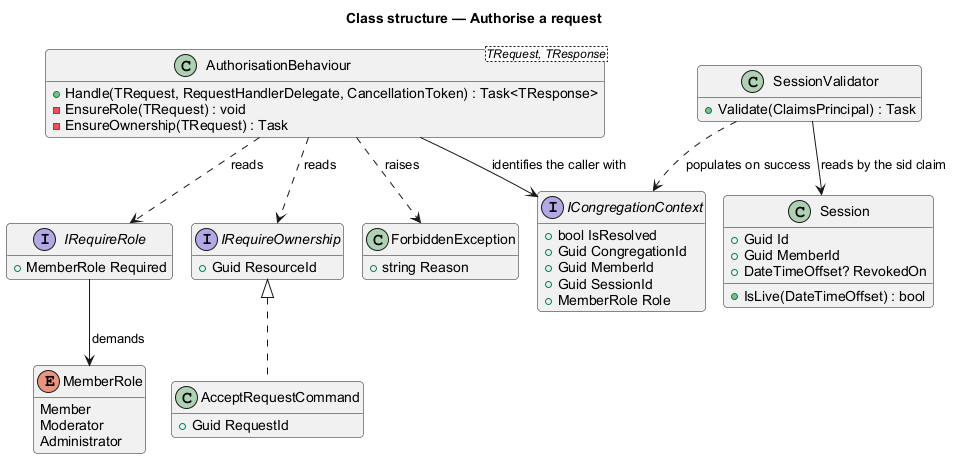
This is docs/detailed-designs/platform/authorise-a-request/diagrams/class-structure.png from QuinntyneBrown/Barnabas, a PlantUML export, as it was before one commit.
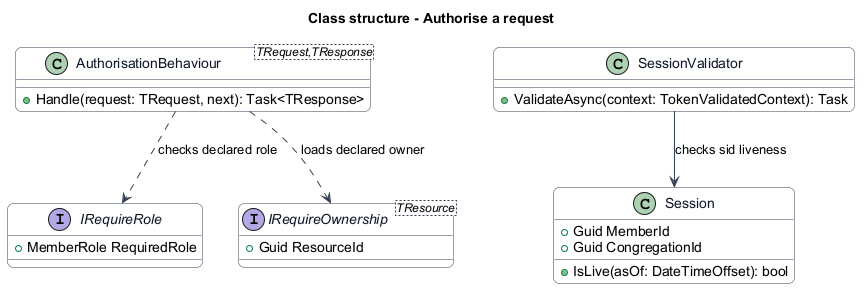
Above is the later version.

Change to the diagram source:
```diff
@@ -1,57 +1,42 @@
 @startuml
-!pragma layout smetana
-title Class structure — Authorise a request
 skinparam backgroundColor #FFFFFF
 skinparam shadowing false
-skinparam roundcorner 8
+skinparam roundcorner 12
 skinparam defaultFontName Arial
-hide empty members
-
+skinparam ArrowColor #344054
+skinparam rectangle {
+  BorderColor #344054
+  FontColor #101828
+}
+skinparam package {
+  BorderColor #667085
+  FontColor #101828
+  BackgroundColor #F9FAFB
+}
+skinparam class {
+  BorderColor #344054
+  FontColor #101828
+  BackgroundColor #F9FAFB
+}
+title Class structure - Authorise a request
 interface IRequireRole {
-  +MemberRole Required
+  +MemberRole RequiredRole
 }
-interface IRequireOwnership {
+interface "IRequireOwnership<TResource>" as ownership {
   +Guid ResourceId
 }
-enum MemberRole {
-  Member
-  Moderator
-  Administrator
-}
-class AuthorisationBehaviour<TRequest, TResponse> {
-  +Handle(TRequest, RequestHandlerDelegate, CancellationToken) : Task<TResponse>
-  -EnsureRole(TRequest) : void
-  -EnsureOwnership(TRequest) : Task
-}
-interface ICongregationContext {
-  +bool IsResolved
-  +Guid CongregationId
-  +Guid MemberId
-  +Guid SessionId
-  +MemberRole Role
+class "AuthorisationBehaviour<TRequest,TResponse>" as auth {
+  +Handle(request: TRequest, next): Task<TResponse>
 }
 class SessionValidator {
-  +Validate(ClaimsPrincipal) : Task
+  +ValidateAsync(context: TokenValidatedContext): Task
 }
 class Session {
-  +Guid Id
   +Guid MemberId
-  +DateTimeOffset? RevokedOn
-  +IsLive(DateTimeOffset) : bool
+  +Guid CongregationId
+  +IsLive(asOf: DateTimeOffset): bool
 }
-class ForbiddenException {
-  +string Reason
-}
-class AcceptRequestCommand {
-  +Guid RequestId
-}
-
-AuthorisationBehaviour ..> IRequireRole : reads
-AuthorisationBehaviour ..> IRequireOwnership : reads
-AuthorisationBehaviour --> ICongregationContext : identifies the caller with
-AuthorisationBehaviour ..> ForbiddenException : raises
-IRequireRole --> MemberRole : demands
-IRequireOwnership <|.. AcceptRequestCommand
-SessionValidator --> Session : reads by the sid claim
-SessionValidator ..> ICongregationContext : populates on success
+auth ..> IRequireRole : checks declared role
+auth ..> ownership : loads declared owner
+SessionValidator --> Session : checks sid liveness
 @enduml
```
